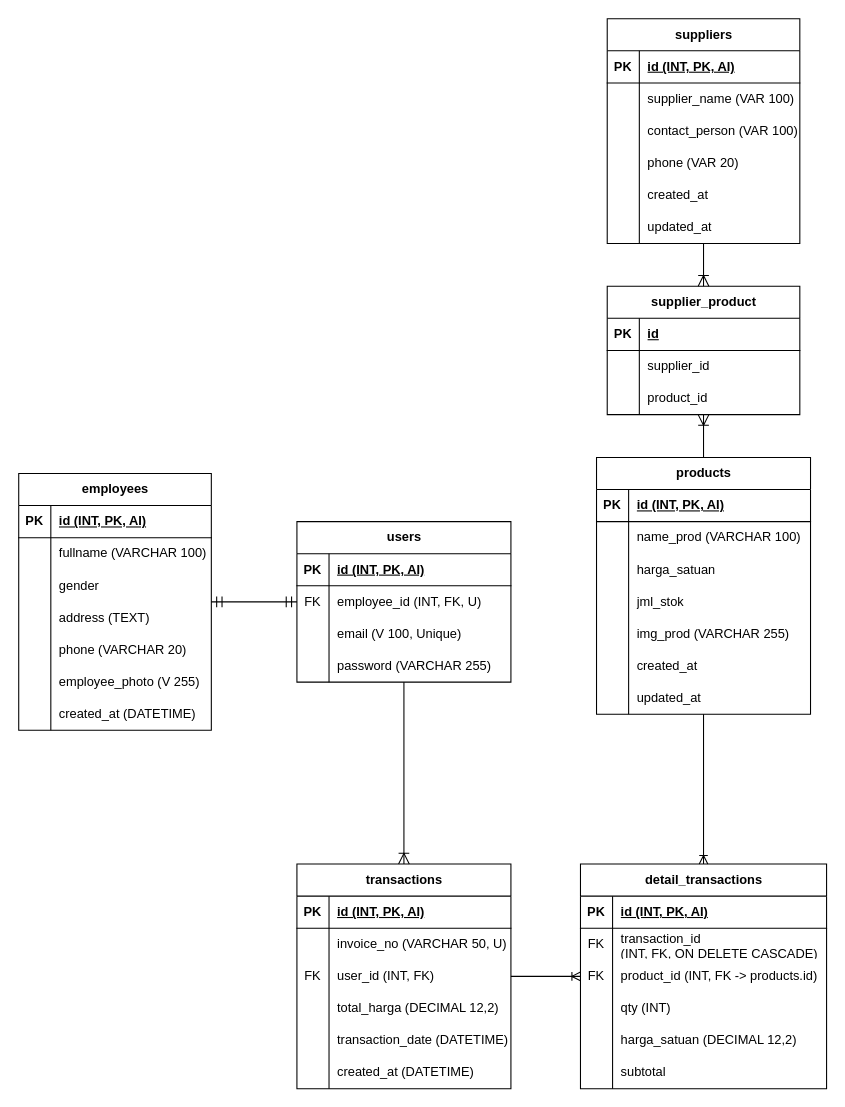
kunaone/kasirku_ci keeps this draw.io diagram as kasirku.drawio. Above is the earlier version. Source tidied: cells renumbered, new cells numbered last; positions are measured from the earlier drawing's top-left corner, leaving out a move shared by most shapes. Both pictures are drawn from the tidied source at 107%, with x=0, y=0 at pixel (18, 18).
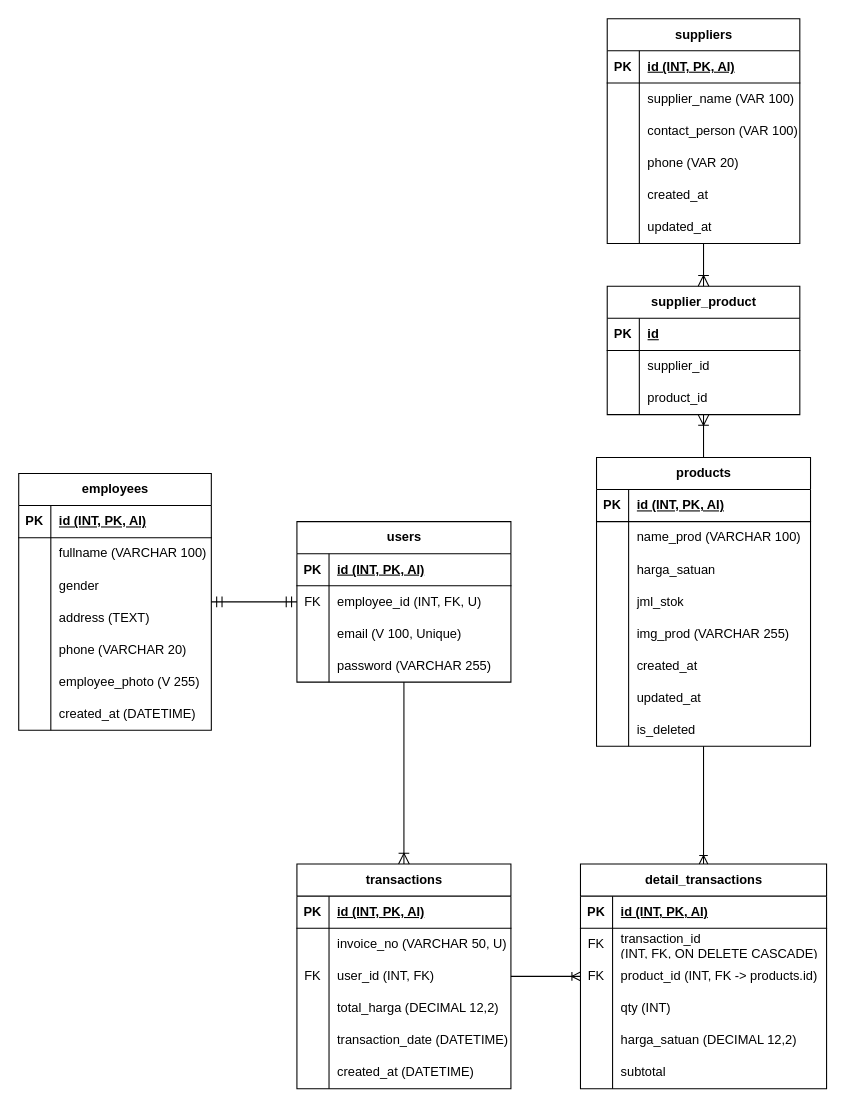
The same diagram, later.

What changed in the source:
```diff
@@
     <mxCell id="37" value="products" style="shape=table;startSize=30;childLayout=tableLayout;rowLines=0;fontStyle=1;align=center;html=1;" parent="1" vertex="1">
-      <mxGeometry x="540" y="410" width="200" height="240" as="geometry" />
+      <mxGeometry x="540" y="410" width="200" height="270" as="geometry" />
     </mxCell>
@@
+    <mxCell id="132" style="shape=tableRow;horizontal=0;startSize=0;swimlaneHead=0;swimlaneBody=0;fillColor=none;top=0;left=0;right=0;bottom=0;" parent="37" vertex="1">
+      <mxGeometry y="240" width="200" height="30" as="geometry" />
+    </mxCell>
+    <mxCell id="133" style="shape=partialRectangle;fillColor=none;top=0;left=0;bottom=0;right=0;overflow=hidden;whiteSpace=wrap;html=1;" parent="132" vertex="1">
+      <mxGeometry width="30" height="30" as="geometry" />
+    </mxCell>
+    <mxCell id="134" value="is_deleted" style="shape=partialRectangle;fillColor=none;top=0;left=0;bottom=0;right=0;align=left;spacingLeft=6;overflow=hidden;whiteSpace=wrap;html=1;" parent="132" vertex="1">
+      <mxGeometry x="30" width="170" height="30" as="geometry" />
+    </mxCell>
```
